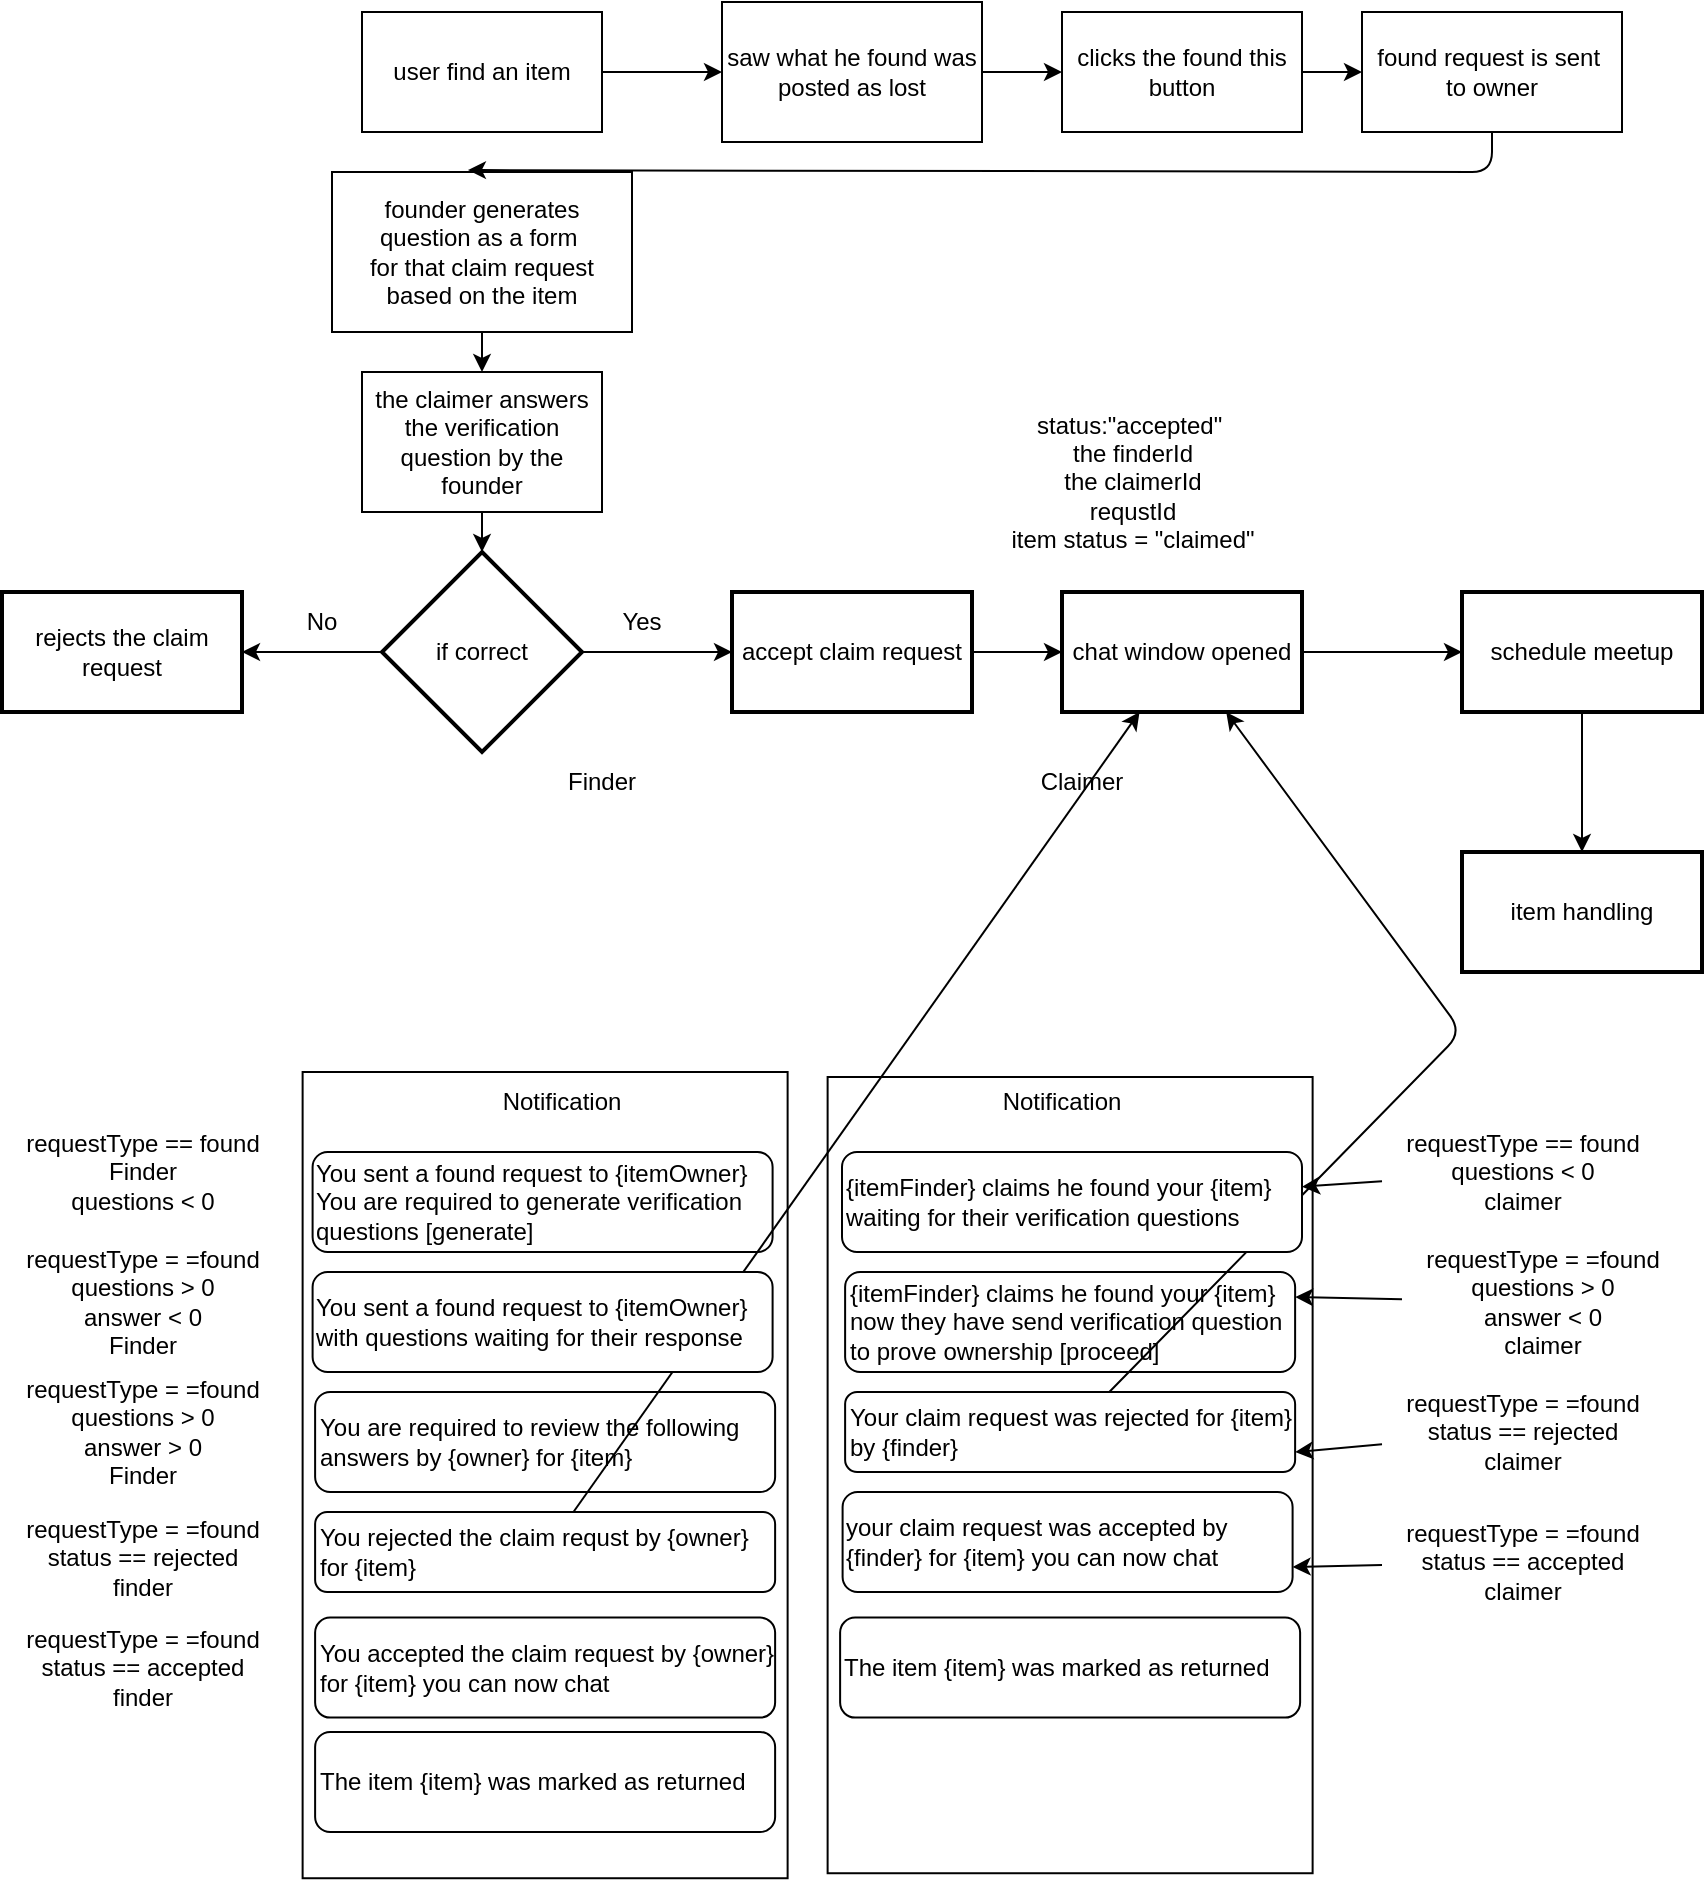
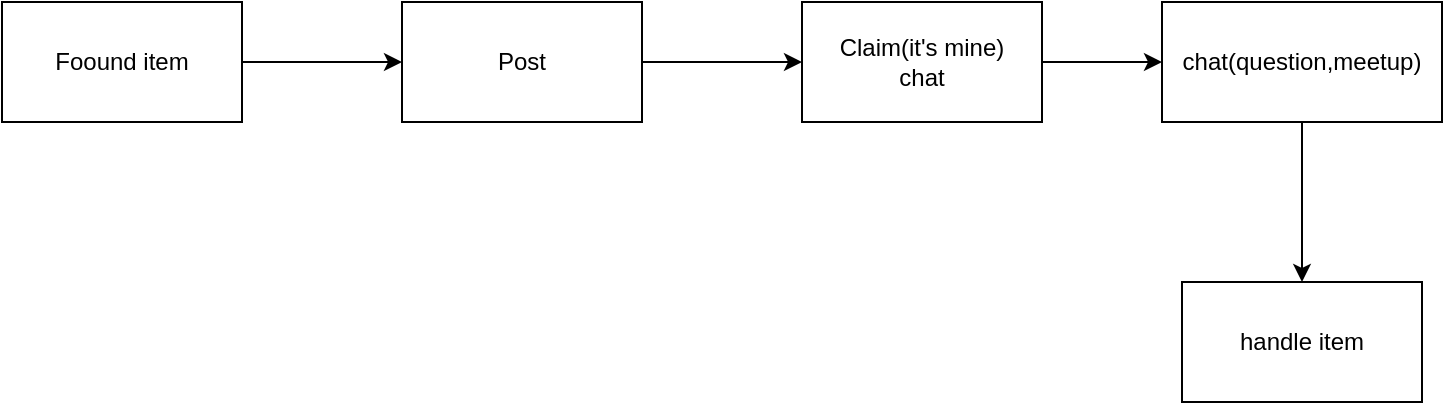
<mxfile host="65bd71144e">
    <diagram id="i1hBtsmhHRajQAO7jnXf" name="Page-1">
-         <mxGraphModel dx="1720" dy="475" grid="1" gridSize="10" guides="1" tooltips="1" connect="1" arrows="1" fold="1" page="1" pageScale="1" pageWidth="850" pageHeight="1100" math="0" shadow="0">
+         <mxGraphModel dx="870" dy="475" grid="1" gridSize="10" guides="1" tooltips="1" connect="1" arrows="1" fold="1" page="1" pageScale="1" pageWidth="850" pageHeight="1100" math="0" shadow="0">
            <root>
                <mxCell id="0"/>
                <mxCell id="1" parent="0"/>
-                 <mxCell id="119" value="" style="edgeStyle=none;html=1;" parent="1" source="120" target="122" edge="1">
+                 <mxCell id="188" value="" style="edgeStyle=none;html=1;" edge="1" parent="1" source="186" target="187">
                    <mxGeometry relative="1" as="geometry"/>
                </mxCell>
-                 <mxCell id="120" value="user find an item" style="rounded=0;whiteSpace=wrap;html=1;" parent="1" vertex="1">
-                     <mxGeometry x="110" y="140" width="120" height="60" as="geometry"/>
+                 <mxCell id="186" value="Foound item" style="whiteSpace=wrap;html=1;" vertex="1" parent="1">
+                     <mxGeometry x="80" y="210" width="120" height="60" as="geometry"/>
                </mxCell>
-                 <mxCell id="121" value="" style="edgeStyle=none;html=1;" parent="1" source="122" target="124" edge="1">
+                 <mxCell id="190" value="" style="edgeStyle=none;html=1;" edge="1" parent="1" source="187" target="189">
                    <mxGeometry relative="1" as="geometry"/>
                </mxCell>
-                 <mxCell id="122" value="saw what he found was&lt;div&gt;posted as lost&lt;/div&gt;" style="rounded=0;whiteSpace=wrap;html=1;" parent="1" vertex="1">
-                     <mxGeometry x="290" y="135" width="130" height="70" as="geometry"/>
+                 <mxCell id="187" value="Post" style="whiteSpace=wrap;html=1;" vertex="1" parent="1">
+                     <mxGeometry x="280" y="210" width="120" height="60" as="geometry"/>
                </mxCell>
-                 <mxCell id="123" value="" style="edgeStyle=none;html=1;" parent="1" source="124" target="125" edge="1">
+                 <mxCell id="192" value="" style="edgeStyle=none;html=1;" edge="1" parent="1" source="189" target="191">
                    <mxGeometry relative="1" as="geometry"/>
                </mxCell>
-                 <mxCell id="124" value="clicks the found this&lt;div&gt;button&lt;/div&gt;" style="rounded=0;whiteSpace=wrap;html=1;" parent="1" vertex="1">
-                     <mxGeometry x="460" y="140" width="120" height="60" as="geometry"/>
+                 <mxCell id="189" value="Claim(it&#39;s mine)&lt;br&gt;chat" style="whiteSpace=wrap;html=1;" vertex="1" parent="1">
+                     <mxGeometry x="480" y="210" width="120" height="60" as="geometry"/>
                </mxCell>
-                 <mxCell id="125" value="found request is sent&amp;nbsp;&lt;div&gt;to owner&lt;/div&gt;" style="rounded=0;whiteSpace=wrap;html=1;" parent="1" vertex="1">
-                     <mxGeometry x="610" y="140" width="130" height="60" as="geometry"/>
-                 </mxCell>
-                 <mxCell id="126" value="" style="edgeStyle=none;html=1;" parent="1" source="127" target="142" edge="1">
+                 <mxCell id="194" value="" style="edgeStyle=none;html=1;" edge="1" parent="1" source="191" target="193">
                    <mxGeometry relative="1" as="geometry"/>
                </mxCell>
-                 <mxCell id="127" value="founder generates&lt;div&gt;question as a form&amp;nbsp;&lt;/div&gt;&lt;div&gt;for that claim request&lt;/div&gt;&lt;div&gt;based on the item&lt;/div&gt;" style="rounded=0;whiteSpace=wrap;html=1;" parent="1" vertex="1">
-                     <mxGeometry x="95" y="220" width="150" height="80" as="geometry"/>
+                 <mxCell id="191" value="chat(question,meetup)" style="whiteSpace=wrap;html=1;" vertex="1" parent="1">
+                     <mxGeometry x="660" y="210" width="140" height="60" as="geometry"/>
                </mxCell>
-                 <mxCell id="128" style="edgeStyle=none;html=1;entryX=0.453;entryY=-0.012;entryDx=0;entryDy=0;entryPerimeter=0;" parent="1" source="125" target="127" edge="1">
-                     <mxGeometry relative="1" as="geometry">
-                         <mxPoint x="160" y="260" as="targetPoint"/>
-                         <Array as="points">
-                             <mxPoint x="675" y="220"/>
-                         </Array>
-                     </mxGeometry>
-                 </mxCell>
-                 <mxCell id="129" value="" style="edgeStyle=none;html=1;" parent="1" source="131" target="132" edge="1">
-                     <mxGeometry relative="1" as="geometry"/>
-                 </mxCell>
-                 <mxCell id="130" value="" style="edgeStyle=none;html=1;" parent="1" source="131" target="134" edge="1">
-                     <mxGeometry relative="1" as="geometry"/>
-                 </mxCell>
-                 <mxCell id="131" value="if correct" style="strokeWidth=2;html=1;shape=mxgraph.flowchart.decision;whiteSpace=wrap;" parent="1" vertex="1">
-                     <mxGeometry x="120" y="410" width="100" height="100" as="geometry"/>
-                 </mxCell>
-                 <mxCell id="132" value="rejects the claim request" style="whiteSpace=wrap;html=1;strokeWidth=2;" parent="1" vertex="1">
-                     <mxGeometry x="-70" y="430" width="120" height="60" as="geometry"/>
-                 </mxCell>
-                 <mxCell id="133" value="" style="edgeStyle=none;html=1;" parent="1" source="134" target="138" edge="1">
-                     <mxGeometry relative="1" as="geometry"/>
-                 </mxCell>
-                 <mxCell id="134" value="accept claim request" style="whiteSpace=wrap;html=1;strokeWidth=2;" parent="1" vertex="1">
-                     <mxGeometry x="295" y="430" width="120" height="60" as="geometry"/>
-                 </mxCell>
-                 <mxCell id="135" value="No" style="text;html=1;align=center;verticalAlign=middle;whiteSpace=wrap;rounded=0;" parent="1" vertex="1">
-                     <mxGeometry x="60" y="430" width="60" height="30" as="geometry"/>
-                 </mxCell>
-                 <mxCell id="136" value="Yes" style="text;html=1;align=center;verticalAlign=middle;whiteSpace=wrap;rounded=0;" parent="1" vertex="1">
-                     <mxGeometry x="220" y="430" width="60" height="30" as="geometry"/>
-                 </mxCell>
-                 <mxCell id="137" value="" style="edgeStyle=none;html=1;" parent="1" source="138" target="140" edge="1">
-                     <mxGeometry relative="1" as="geometry"/>
-                 </mxCell>
-                 <mxCell id="138" value="chat window opened" style="whiteSpace=wrap;html=1;strokeWidth=2;" parent="1" vertex="1">
-                     <mxGeometry x="460" y="430" width="120" height="60" as="geometry"/>
-                 </mxCell>
-                 <mxCell id="139" value="" style="edgeStyle=none;html=1;" parent="1" source="140" target="162" edge="1">
-                     <mxGeometry relative="1" as="geometry"/>
-                 </mxCell>
-                 <mxCell id="140" value="schedule meetup" style="whiteSpace=wrap;html=1;strokeWidth=2;" parent="1" vertex="1">
-                     <mxGeometry x="660" y="430" width="120" height="60" as="geometry"/>
-                 </mxCell>
-                 <mxCell id="141" value="" style="edgeStyle=none;html=1;" parent="1" source="142" target="131" edge="1">
-                     <mxGeometry relative="1" as="geometry"/>
-                 </mxCell>
-                 <mxCell id="142" value="the claimer answers&lt;div&gt;the verification question by the founder&lt;/div&gt;" style="whiteSpace=wrap;html=1;" parent="1" vertex="1">
-                     <mxGeometry x="110" y="320" width="120" height="70" as="geometry"/>
-                 </mxCell>
-                 <mxCell id="143" value="" style="rounded=0;whiteSpace=wrap;html=1;rotation=90;" parent="1" vertex="1">
-                     <mxGeometry y="750.31" width="403.12" height="242.5" as="geometry"/>
-                 </mxCell>
-                 <mxCell id="144" value="Notification" style="text;html=1;align=center;verticalAlign=middle;whiteSpace=wrap;rounded=0;" parent="1" vertex="1">
-                     <mxGeometry x="155.3" y="670" width="110" height="30" as="geometry"/>
-                 </mxCell>
-                 <mxCell id="145" value="You rejected the claim requst by {owner} for {item}" style="rounded=1;whiteSpace=wrap;html=1;align=left;" parent="1" vertex="1">
-                     <mxGeometry x="86.56" y="890" width="230" height="40" as="geometry"/>
-                 </mxCell>
-                 <mxCell id="147" value="You are required to review the following answers by {owner} for {item}" style="rounded=1;whiteSpace=wrap;html=1;align=left;" parent="1" vertex="1">
-                     <mxGeometry x="86.56" y="830" width="230" height="50" as="geometry"/>
-                 </mxCell>
-                 <mxCell id="148" value="You accepted the claim request by {owner} for {item} you can now chat" style="rounded=1;whiteSpace=wrap;html=1;align=left;" parent="1" vertex="1">
-                     <mxGeometry x="86.56" y="942.81" width="230" height="50" as="geometry"/>
-                 </mxCell>
-                 <mxCell id="149" value="" style="rounded=0;whiteSpace=wrap;html=1;rotation=90;" parent="1" vertex="1">
-                     <mxGeometry x="265" y="750.31" width="398.12" height="242.5" as="geometry"/>
-                 </mxCell>
-                 <mxCell id="150" value="Notification" style="text;html=1;align=center;verticalAlign=middle;whiteSpace=wrap;rounded=0;" parent="1" vertex="1">
-                     <mxGeometry x="405.3" y="670" width="110" height="30" as="geometry"/>
-                 </mxCell>
-                 <mxCell id="151" value="Your claim request was rejected for {item}&lt;div&gt;by {finder}&lt;/div&gt;" style="rounded=1;whiteSpace=wrap;html=1;align=left;" parent="1" vertex="1">
-                     <mxGeometry x="351.56" y="830" width="225" height="40" as="geometry"/>
-                 </mxCell>
-                 <mxCell id="154" value="your claim request was accepted by {finder} for {item} you can now chat" style="rounded=1;whiteSpace=wrap;html=1;align=left;" parent="1" vertex="1">
-                     <mxGeometry x="350.3" y="880" width="225" height="50" as="geometry"/>
-                 </mxCell>
-                 <mxCell id="155" value="Finder" style="text;html=1;align=center;verticalAlign=middle;whiteSpace=wrap;rounded=0;" parent="1" vertex="1">
-                     <mxGeometry x="200" y="510" width="60" height="30" as="geometry"/>
-                 </mxCell>
-                 <mxCell id="156" value="Claimer" style="text;html=1;align=center;verticalAlign=middle;whiteSpace=wrap;rounded=0;" parent="1" vertex="1">
-                     <mxGeometry x="440" y="510" width="60" height="30" as="geometry"/>
-                 </mxCell>
-                 <mxCell id="157" value="You sent a found request to {itemOwner}&lt;div&gt;You are required to generate verification questions [generate]&lt;/div&gt;" style="rounded=1;whiteSpace=wrap;html=1;align=left;" parent="1" vertex="1">
-                     <mxGeometry x="85.3" y="710" width="230" height="50" as="geometry"/>
-                 </mxCell>
-                 <mxCell id="158" value="{itemFinder} claims he found your {item}&lt;div&gt;now they have send verification question to prove ownership [proceed]&lt;/div&gt;" style="rounded=1;whiteSpace=wrap;html=1;align=left;" parent="1" vertex="1">
-                     <mxGeometry x="351.56" y="770" width="225" height="50" as="geometry"/>
-                 </mxCell>
-                 <mxCell id="159" style="edgeStyle=none;html=1;" parent="1" source="151" target="138" edge="1">
-                     <mxGeometry relative="1" as="geometry">
-                         <Array as="points">
-                             <mxPoint x="660" y="650"/>
-                         </Array>
-                     </mxGeometry>
-                 </mxCell>
-                 <mxCell id="160" style="edgeStyle=none;html=1;" parent="1" source="145" target="138" edge="1">
-                     <mxGeometry relative="1" as="geometry">
-                         <mxPoint x="60" y="780" as="targetPoint"/>
-                     </mxGeometry>
-                 </mxCell>
-                 <mxCell id="161" value="status:&quot;accepted&quot;&amp;nbsp;&lt;div&gt;the finderId&lt;/div&gt;&lt;div&gt;the claimerId&lt;/div&gt;&lt;div&gt;requstId&lt;/div&gt;&lt;div&gt;item status = &quot;claimed&quot;&lt;/div&gt;" style="text;html=1;align=center;verticalAlign=middle;resizable=0;points=[];autosize=1;strokeColor=none;fillColor=none;" parent="1" vertex="1">
-                     <mxGeometry x="420" y="330" width="150" height="90" as="geometry"/>
-                 </mxCell>
-                 <mxCell id="162" value="item handling" style="whiteSpace=wrap;html=1;strokeWidth=2;" parent="1" vertex="1">
-                     <mxGeometry x="660" y="560" width="120" height="60" as="geometry"/>
-                 </mxCell>
-                 <mxCell id="163" value="The item {item} was marked as returned" style="rounded=1;whiteSpace=wrap;html=1;align=left;" parent="1" vertex="1">
-                     <mxGeometry x="86.56" y="1000" width="230" height="50" as="geometry"/>
-                 </mxCell>
-                 <mxCell id="164" value="The item {item} was marked as returned" style="rounded=1;whiteSpace=wrap;html=1;align=left;" parent="1" vertex="1">
-                     <mxGeometry x="349.06" y="942.81" width="230" height="50" as="geometry"/>
-                 </mxCell>
-                 <mxCell id="165" value="requestType == found&lt;div&gt;Finder&lt;/div&gt;&lt;div&gt;questions &amp;lt; 0&lt;/div&gt;" style="text;html=1;align=center;verticalAlign=middle;resizable=0;points=[];autosize=1;strokeColor=none;fillColor=none;" vertex="1" parent="1">
-                     <mxGeometry x="-70" y="690" width="140" height="60" as="geometry"/>
-                 </mxCell>
-                 <mxCell id="179" value="" style="edgeStyle=none;html=1;" edge="1" parent="1" source="168" target="172">
-                     <mxGeometry relative="1" as="geometry"/>
-                 </mxCell>
-                 <mxCell id="168" value="requestType == found&lt;div&gt;questions &amp;lt; 0&lt;/div&gt;&lt;div&gt;claimer&lt;/div&gt;" style="text;html=1;align=center;verticalAlign=middle;resizable=0;points=[];autosize=1;strokeColor=none;fillColor=none;" vertex="1" parent="1">
-                     <mxGeometry x="620" y="690" width="140" height="60" as="geometry"/>
-                 </mxCell>
-                 <mxCell id="172" value="{itemFinder} claims he found your {item}&lt;br&gt;waiting for their verification questions" style="rounded=1;whiteSpace=wrap;html=1;align=left;" vertex="1" parent="1">
-                     <mxGeometry x="350" y="710" width="230" height="50" as="geometry"/>
-                 </mxCell>
-                 <mxCell id="181" value="" style="edgeStyle=none;html=1;entryX=1;entryY=0.25;entryDx=0;entryDy=0;" edge="1" parent="1" source="174" target="158">
-                     <mxGeometry relative="1" as="geometry"/>
-                 </mxCell>
-                 <mxCell id="174" value="requestType = =found&lt;div&gt;questions &amp;gt; 0&lt;/div&gt;&lt;div&gt;answer &amp;lt; 0&lt;/div&gt;&lt;div&gt;claimer&lt;/div&gt;" style="text;html=1;align=center;verticalAlign=middle;resizable=0;points=[];autosize=1;strokeColor=none;fillColor=none;" vertex="1" parent="1">
-                     <mxGeometry x="630" y="750" width="140" height="70" as="geometry"/>
-                 </mxCell>
-                 <mxCell id="175" value="You sent a found request to {itemOwner}&lt;br&gt;with questions waiting for their response" style="rounded=1;whiteSpace=wrap;html=1;align=left;" vertex="1" parent="1">
-                     <mxGeometry x="85.30000000000001" y="770" width="230" height="50" as="geometry"/>
-                 </mxCell>
-                 <mxCell id="176" value="requestType = =found&lt;div&gt;questions &amp;gt; 0&lt;/div&gt;&lt;div&gt;answer &amp;lt; 0&lt;/div&gt;&lt;div&gt;Finder&lt;/div&gt;" style="text;html=1;align=center;verticalAlign=middle;resizable=0;points=[];autosize=1;strokeColor=none;fillColor=none;" vertex="1" parent="1">
-                     <mxGeometry x="-70" y="750.31" width="140" height="70" as="geometry"/>
-                 </mxCell>
-                 <mxCell id="182" value="" style="edgeStyle=none;html=1;entryX=1;entryY=0.75;entryDx=0;entryDy=0;" edge="1" parent="1" source="177" target="151">
-                     <mxGeometry relative="1" as="geometry"/>
-                 </mxCell>
-                 <mxCell id="177" value="requestType = =found&lt;div&gt;status == rejected&lt;/div&gt;&lt;div&gt;claimer&lt;/div&gt;" style="text;html=1;align=center;verticalAlign=middle;resizable=0;points=[];autosize=1;strokeColor=none;fillColor=none;" vertex="1" parent="1">
-                     <mxGeometry x="620" y="820" width="140" height="60" as="geometry"/>
-                 </mxCell>
-                 <mxCell id="178" value="requestType = =found&lt;div&gt;questions &amp;gt; 0&lt;/div&gt;&lt;div&gt;answer &amp;gt; 0&lt;/div&gt;&lt;div&gt;Finder&lt;/div&gt;" style="text;html=1;align=center;verticalAlign=middle;resizable=0;points=[];autosize=1;strokeColor=none;fillColor=none;" vertex="1" parent="1">
-                     <mxGeometry x="-70" y="815" width="140" height="70" as="geometry"/>
-                 </mxCell>
-                 <mxCell id="184" value="" style="edgeStyle=none;html=1;entryX=1;entryY=0.75;entryDx=0;entryDy=0;" edge="1" parent="1" source="183" target="154">
-                     <mxGeometry relative="1" as="geometry"/>
-                 </mxCell>
-                 <mxCell id="183" value="requestType = =found&lt;div&gt;status == accepted&lt;/div&gt;&lt;div&gt;claimer&lt;/div&gt;" style="text;html=1;align=center;verticalAlign=middle;resizable=0;points=[];autosize=1;strokeColor=none;fillColor=none;" vertex="1" parent="1">
-                     <mxGeometry x="620" y="885" width="140" height="60" as="geometry"/>
-                 </mxCell>
-                 <mxCell id="185" value="requestType = =found&lt;div&gt;status == rejected&lt;/div&gt;&lt;div&gt;finder&lt;/div&gt;" style="text;html=1;align=center;verticalAlign=middle;resizable=0;points=[];autosize=1;strokeColor=none;fillColor=none;" vertex="1" parent="1">
-                     <mxGeometry x="-70" y="882.81" width="140" height="60" as="geometry"/>
-                 </mxCell>
-                 <mxCell id="186" value="requestType = =found&lt;div&gt;status == accepted&lt;/div&gt;&lt;div&gt;finder&lt;/div&gt;" style="text;html=1;align=center;verticalAlign=middle;resizable=0;points=[];autosize=1;strokeColor=none;fillColor=none;" vertex="1" parent="1">
-                     <mxGeometry x="-70" y="937.81" width="140" height="60" as="geometry"/>
+                 <mxCell id="193" value="handle item" style="whiteSpace=wrap;html=1;" vertex="1" parent="1">
+                     <mxGeometry x="670" y="350" width="120" height="60" as="geometry"/>
                </mxCell>
            </root>
        </mxGraphModel>
    </diagram>
</mxfile>